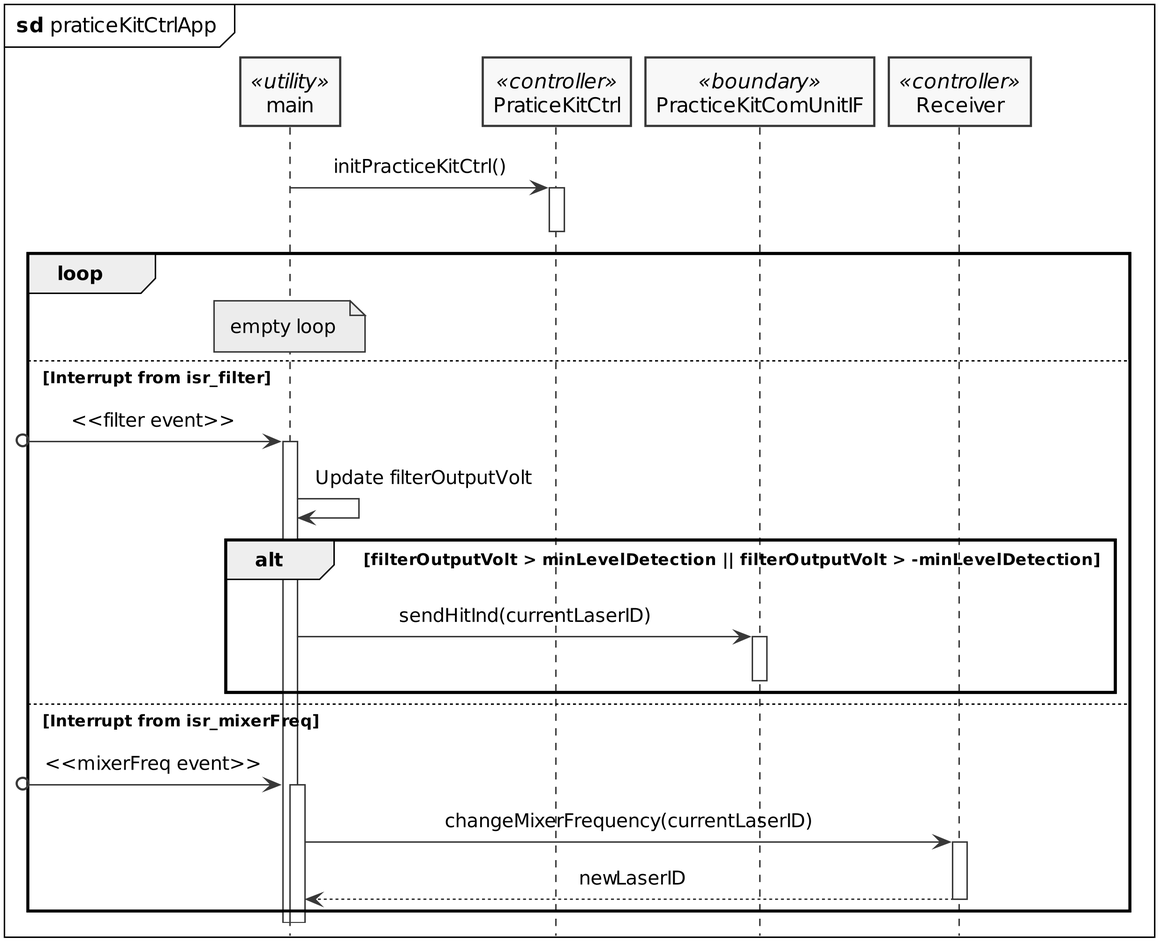
LasseKrarup/Laser-Tag-Project keeps this PlantUML diagram as PlantUML/out/practiceKitCtrlApp_sd.png. Above is the earlier version.
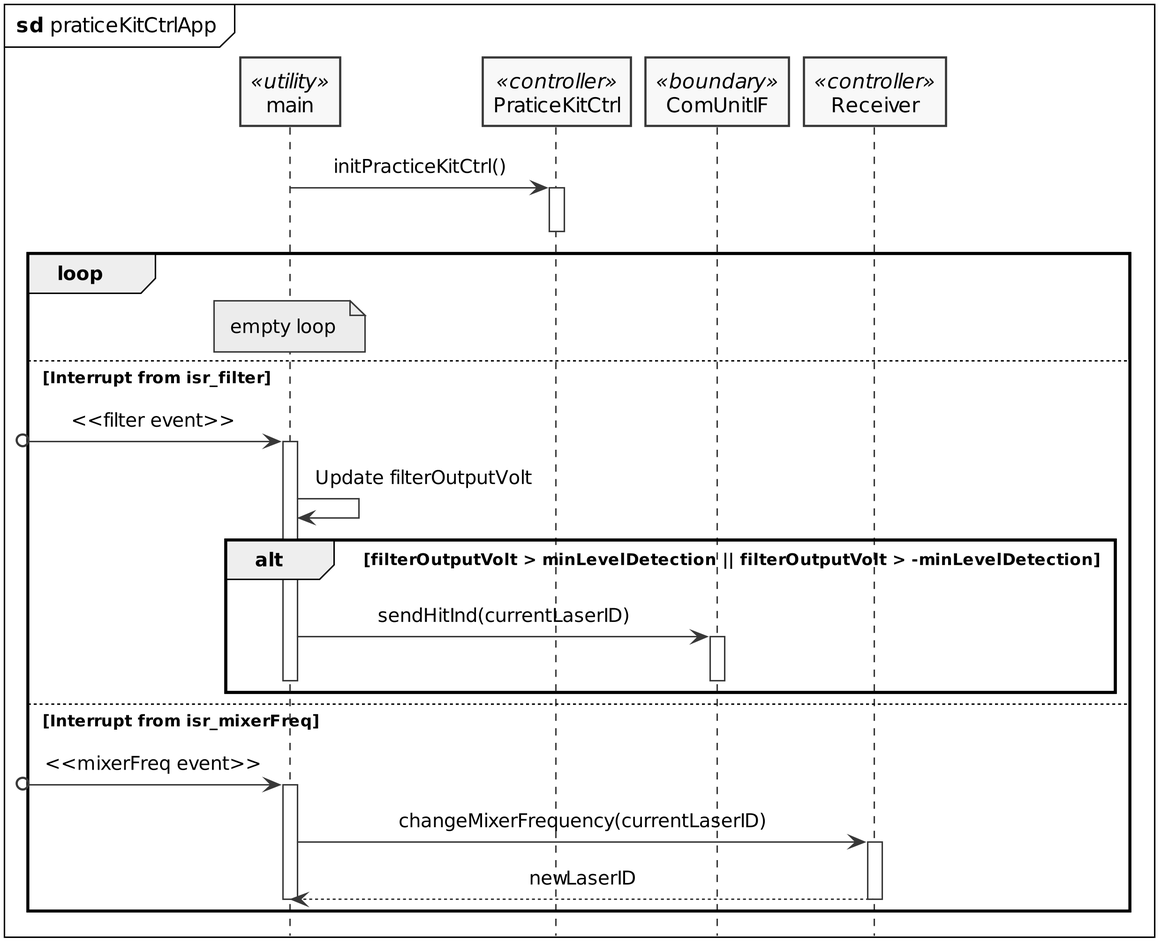
The same file after the commit.

What changed in the source:
```diff
@@ -15,7 +15,7 @@
 
 participant main <<utility>>
 participant PraticeKitCtrl <<controller>>
-participant PracticeKitComUnitIF <<boundary>>
+participant ComUnitIF <<boundary>>
 participant Receiver <<controller>>
 
 main -> PraticeKitCtrl++: initPracticeKitCtrl()
@@ -32,8 +32,9 @@
     main -> main: Update filterOutputVolt
 
     alt filterOutputVolt > minLevelDetection || filterOutputVolt > -minLevelDetection
-        main -> PracticeKitComUnitIF++: sendHitInd(currentLaserID)
-        deactivate PracticeKitComUnitIF
+        main -> ComUnitIF++: sendHitInd(currentLaserID)
+        deactivate main
+        deactivate ComUnitIF
     end
 
     else Interrupt from isr_mixerFreq
@@ -41,6 +42,7 @@
     activate main
     main -> Receiver++: changeMixerFrequency(currentLaserID)
     return newLaserID
+    deactivate main
 end
 
 @enduml
```
